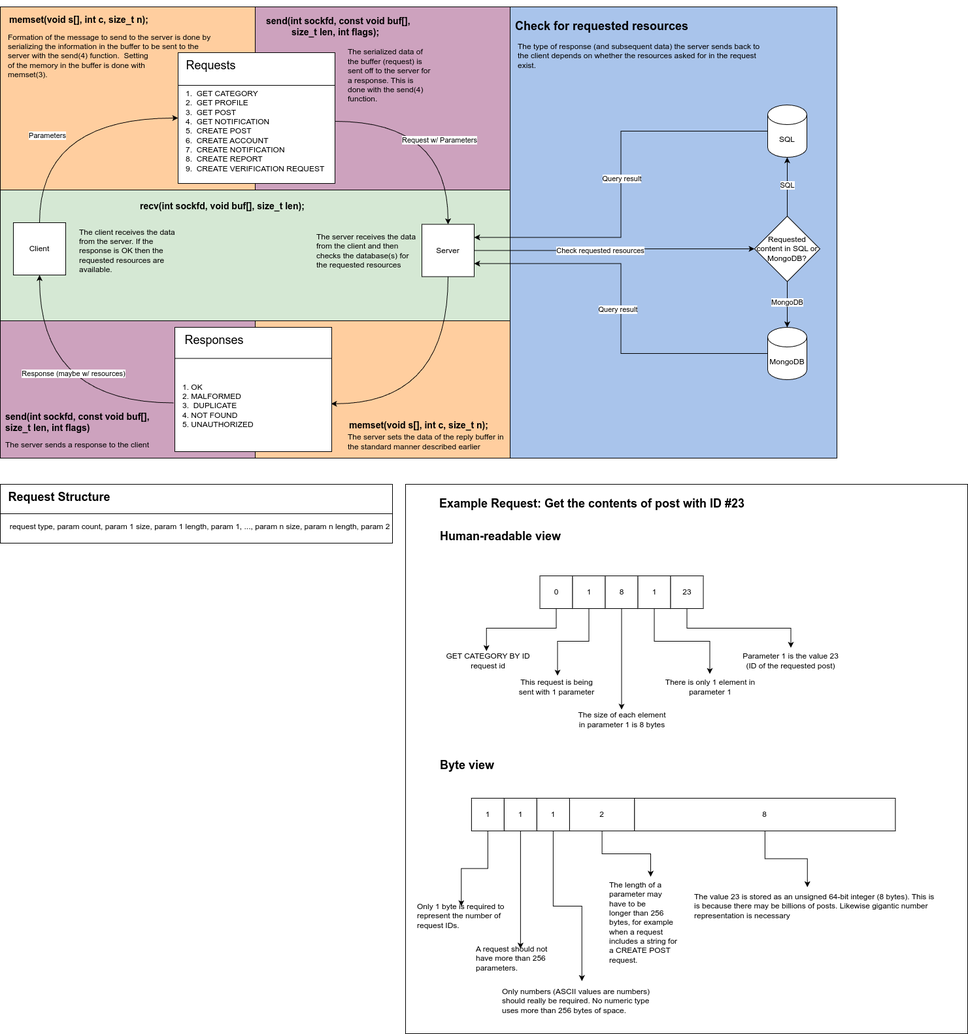
Above: documentation/client-server-communication/client-server-communication.drawio.png in CordusBailey02/CSC-532-Project (draw.io), before the change. Source tidied: cells renumbered, new cells last; positions are measured from the earlier drawing's top-left corner, leaving out a move shared by most shapes.
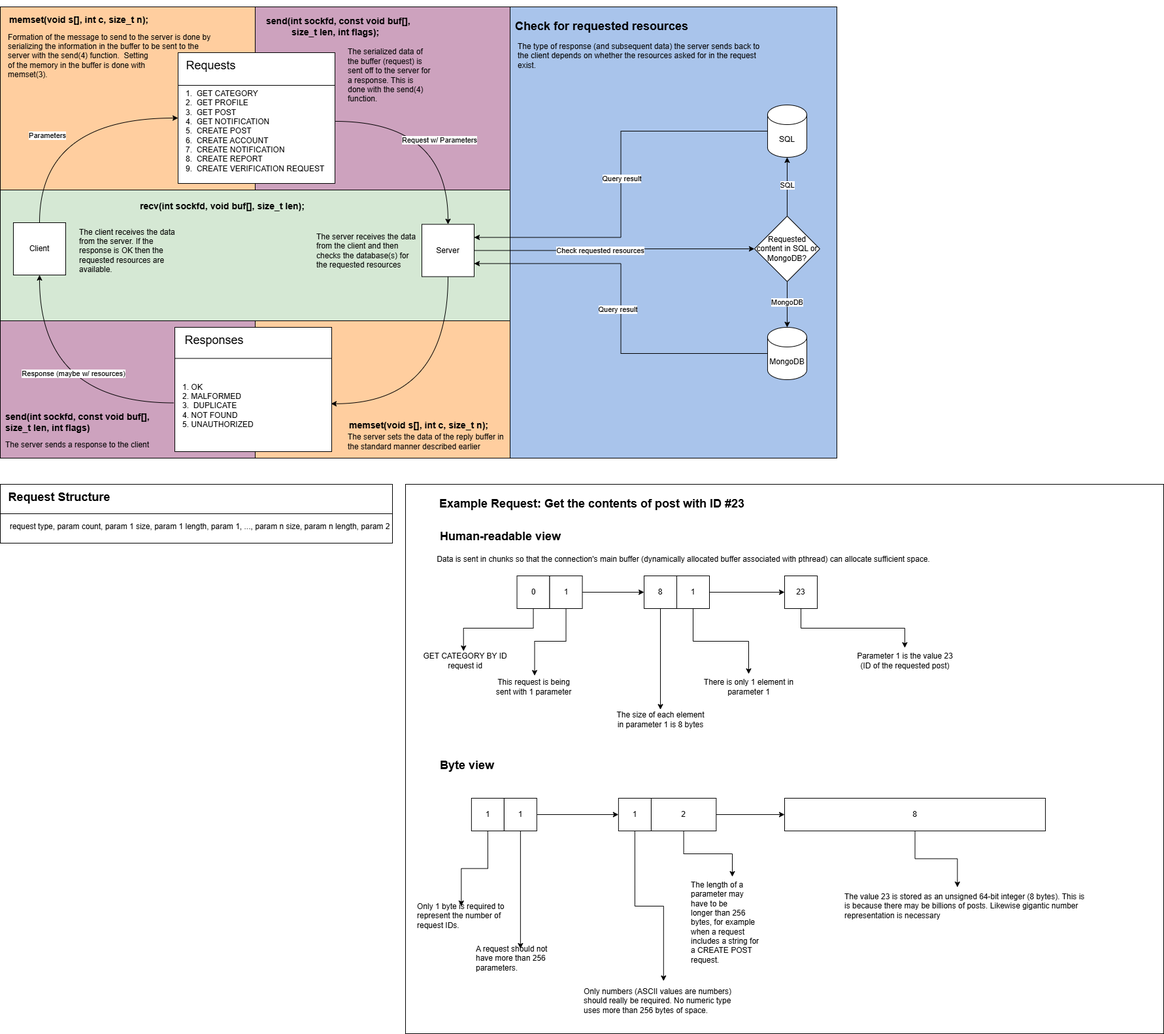
After the change.

Commit message:
Updated client-server communication diagrams

New diagrams reflect the intent to send parameters to the server in chunks.

Diff of the diagram source:
```diff
@@ -131,7 +131,7 @@
       <mxGeometry relative="1" as="geometry" />
     </mxCell>
     <mxCell id="42" style="rounded=0;whiteSpace=wrap;html=1;" parent="1" vertex="1">
-      <mxGeometry x="620" y="740" width="860" height="840" as="geometry" />
+      <mxGeometry x="620" y="740" width="1160" height="840" as="geometry" />
     </mxCell>
     <mxCell id="43" value="&lt;h2&gt;Example Request: Get the contents of post with ID #23&lt;/h2&gt;" style="text;html=1;align=center;verticalAlign=middle;strokeColor=none;fillColor=none;" parent="1" vertex="1">
       <mxGeometry x="660" y="740" width="490" height="60" as="geometry" />
@@ -178,40 +178,46 @@
       </mxGeometry>
     </mxCell>
     <mxCell id="57" value="0" style="whiteSpace=wrap;html=1;" parent="1" vertex="1">
-      <mxGeometry x="825.5" y="880" width="50" height="50" as="geometry" />
+      <mxGeometry x="790.5" y="880" width="50" height="50" as="geometry" />
     </mxCell>
+    <mxCell id="89" style="edgeStyle=orthogonalEdgeStyle;rounded=0;jettySize=auto;html=1;" parent="1" edge="1" source="58" target="59">
+      <mxGeometry relative="1" as="geometry" />
+    </mxCell>
     <mxCell id="58" value="1" style="whiteSpace=wrap;html=1;" parent="1" vertex="1">
-      <mxGeometry x="875.5" y="880" width="50" height="50" as="geometry" />
+      <mxGeometry x="840.5" y="880" width="50" height="50" as="geometry" />
     </mxCell>
     <mxCell id="59" value="8" style="whiteSpace=wrap;html=1;" parent="1" vertex="1">
-      <mxGeometry x="925.5" y="880" width="50" height="50" as="geometry" />
+      <mxGeometry x="985" y="880" width="50" height="50" as="geometry" />
     </mxCell>
     <mxCell id="60" style="edgeStyle=orthogonalEdgeStyle;rounded=0;jettySize=auto;html=1;exitX=0.5;exitY=1;exitDx=0;exitDy=0;" parent="1" edge="1" source="61" target="67">
       <mxGeometry relative="1" as="geometry" />
     </mxCell>
+    <mxCell id="90" style="edgeStyle=orthogonalEdgeStyle;rounded=0;jettySize=auto;html=1;" parent="1" edge="1" source="61" target="63">
+      <mxGeometry relative="1" as="geometry" />
+    </mxCell>
     <mxCell id="61" value="1" style="whiteSpace=wrap;html=1;" parent="1" vertex="1">
-      <mxGeometry x="975.5" y="880" width="50" height="50" as="geometry" />
+      <mxGeometry x="1035" y="880" width="50" height="50" as="geometry" />
     </mxCell>
     <mxCell id="62" style="edgeStyle=orthogonalEdgeStyle;rounded=0;jettySize=auto;html=1;exitX=0.5;exitY=1;exitDx=0;exitDy=0;" parent="1" edge="1" source="63" target="68">
       <mxGeometry relative="1" as="geometry" />
     </mxCell>
     <mxCell id="63" value="23" style="whiteSpace=wrap;html=1;" parent="1" vertex="1">
-      <mxGeometry x="1025.5" y="880" width="50" height="50" as="geometry" />
+      <mxGeometry x="1200" y="880" width="50" height="50" as="geometry" />
     </mxCell>
     <mxCell id="64" value="GET CATEGORY BY ID&lt;div&gt;request id&lt;/div&gt;" style="text;html=1;align=center;verticalAlign=middle;points=[];strokeColor=none;fillColor=none;" parent="1" vertex="1">
-      <mxGeometry x="670.5" y="990" width="150" height="40" as="geometry" />
+      <mxGeometry x="635.5" y="990" width="150" height="40" as="geometry" />
     </mxCell>
     <mxCell id="65" value="This request is being&lt;div&gt;sent with 1 parameter&lt;/div&gt;" style="text;html=1;align=center;verticalAlign=middle;points=[];strokeColor=none;fillColor=none;" parent="1" vertex="1">
-      <mxGeometry x="780.5" y="1030" width="140" height="40" as="geometry" />
+      <mxGeometry x="745.5" y="1030" width="140" height="40" as="geometry" />
     </mxCell>
     <mxCell id="66" value="The size of each element&lt;div&gt;in parameter 1 is 8 bytes&lt;/div&gt;" style="text;html=1;align=center;verticalAlign=middle;points=[];strokeColor=none;fillColor=none;" parent="1" vertex="1">
-      <mxGeometry x="870.5" y="1080" width="160" height="40" as="geometry" />
+      <mxGeometry x="930" y="1080" width="160" height="40" as="geometry" />
     </mxCell>
     <mxCell id="67" value="There is only 1 element in&lt;div&gt;parameter 1&lt;/div&gt;" style="text;html=1;align=center;verticalAlign=middle;points=[];strokeColor=none;fillColor=none;" parent="1" vertex="1">
-      <mxGeometry x="1005.5" y="1030" width="160" height="40" as="geometry" />
+      <mxGeometry x="1065" y="1030" width="160" height="40" as="geometry" />
     </mxCell>
     <mxCell id="68" value="Parameter 1 is the value 23&lt;div&gt;(ID of the requested post)&lt;/div&gt;" style="text;html=1;align=center;verticalAlign=middle;points=[];strokeColor=none;fillColor=none;" parent="1" vertex="1">
-      <mxGeometry x="1124.5" y="990" width="170" height="40" as="geometry" />
+      <mxGeometry x="1298.9" y="990" width="170" height="40" as="geometry" />
     </mxCell>
     <mxCell id="69" style="edgeStyle=orthogonalEdgeStyle;rounded=0;jettySize=auto;html=1;exitX=0.5;exitY=1;exitDx=0;exitDy=0;entryX=0.488;entryY=0.125;entryDx=0;entryDy=0;entryPerimeter=0;" parent="1" edge="1" source="57" target="64">
       <mxGeometry relative="1" as="geometry" />
@@ -237,17 +243,23 @@
     <mxCell id="76" style="edgeStyle=orthogonalEdgeStyle;rounded=0;jettySize=auto;html=1;exitX=0.5;exitY=1;exitDx=0;exitDy=0;entryX=0.5;entryY=0;entryDx=0;entryDy=0;" parent="1" edge="1" source="77" target="82">
       <mxGeometry relative="1" as="geometry" />
     </mxCell>
+    <mxCell id="91" style="edgeStyle=orthogonalEdgeStyle;rounded=0;jettySize=auto;html=1;exitX=1;exitY=0.5;exitDx=0;exitDy=0;entryX=0;entryY=0.5;entryDx=0;entryDy=0;" parent="1" edge="1" source="77" target="84">
+      <mxGeometry relative="1" as="geometry" />
+    </mxCell>
     <mxCell id="77" value="1" style="whiteSpace=wrap;html=1;" parent="1" vertex="1">
       <mxGeometry x="770.9" y="1220" width="50" height="50" as="geometry" />
     </mxCell>
     <mxCell id="78" style="edgeStyle=orthogonalEdgeStyle;rounded=0;jettySize=auto;html=1;exitX=0.5;exitY=1;exitDx=0;exitDy=0;" parent="1" edge="1" source="79" target="86">
       <mxGeometry relative="1" as="geometry" />
     </mxCell>
+    <mxCell id="92" style="edgeStyle=orthogonalEdgeStyle;rounded=0;jettySize=auto;html=1;exitX=1;exitY=0.5;exitDx=0;exitDy=0;entryX=0;entryY=0.5;entryDx=0;entryDy=0;" parent="1" edge="1" source="79" target="80">
+      <mxGeometry relative="1" as="geometry" />
+    </mxCell>
     <mxCell id="79" value="2" style="rounded=0;whiteSpace=wrap;html=1;" parent="1" vertex="1">
-      <mxGeometry x="870.9" y="1220" width="99.5" height="50" as="geometry" />
+      <mxGeometry x="995.9" y="1220" width="99.5" height="50" as="geometry" />
     </mxCell>
     <mxCell id="80" value="8" style="rounded=0;whiteSpace=wrap;html=1;" parent="1" vertex="1">
-      <mxGeometry x="970.3" y="1220" width="399.1" height="50" as="geometry" />
+      <mxGeometry x="1200" y="1220" width="399.1" height="50" as="geometry" />
     </mxCell>
     <mxCell id="81" value="Only 1 byte is required to represent the number of request IDs.&amp;nbsp;" style="text;html=1;align=left;verticalAlign=middle;whiteSpace=wrap;rounded=0;" parent="1" vertex="1">
       <mxGeometry x="635.5" y="1385" width="139.5" height="30" as="geometry" />
@@ -256,22 +268,25 @@
       <mxGeometry x="726.1" y="1450" width="139.5" height="30" as="geometry" />
     </mxCell>
     <mxCell id="83" value="Only numbers (ASCII values are numbers)&amp;nbsp;&lt;div&gt;should really be required. No numeric type&amp;nbsp;&lt;/div&gt;&lt;div&gt;uses more than 256 bytes of space.&lt;/div&gt;" style="text;html=1;align=left;verticalAlign=middle;points=[];strokeColor=none;fillColor=none;" parent="1" vertex="1">
-      <mxGeometry x="765.5" y="1500" width="250" height="60" as="geometry" />
+      <mxGeometry x="890.5" y="1500" width="250" height="60" as="geometry" />
     </mxCell>
     <mxCell id="84" value="1" style="whiteSpace=wrap;html=1;" parent="1" vertex="1">
-      <mxGeometry x="820.9" y="1220" width="50" height="50" as="geometry" />
+      <mxGeometry x="945.9" y="1220" width="50" height="50" as="geometry" />
     </mxCell>
     <mxCell id="85" style="edgeStyle=orthogonalEdgeStyle;rounded=0;jettySize=auto;html=1;exitX=0.5;exitY=1;exitDx=0;exitDy=0;entryX=0.497;entryY=-0.008;entryDx=0;entryDy=0;entryPerimeter=0;" parent="1" edge="1" source="84" target="83">
       <mxGeometry relative="1" as="geometry" />
     </mxCell>
     <mxCell id="86" value="The length of a&amp;nbsp;&lt;div&gt;parameter may&amp;nbsp;&lt;div&gt;have to be&amp;nbsp;&lt;/div&gt;&lt;div&gt;longer than 256&amp;nbsp;&lt;/div&gt;&lt;div&gt;bytes, for&amp;nbsp;&lt;span style=&quot;background-color: initial;&quot;&gt;example&amp;nbsp;&lt;/span&gt;&lt;/div&gt;&lt;div&gt;&lt;span style=&quot;background-color: initial;&quot;&gt;when a request&lt;/span&gt;&lt;/div&gt;&lt;div&gt;&lt;span style=&quot;background-color: initial;&quot;&gt;includes&amp;nbsp;&lt;/span&gt;&lt;span style=&quot;background-color: initial;&quot;&gt;a string for&lt;/span&gt;&lt;/div&gt;&lt;div&gt;&lt;span style=&quot;background-color: initial;&quot;&gt;a CREATE POST&amp;nbsp;&lt;/span&gt;&lt;/div&gt;&lt;div&gt;&lt;span style=&quot;background-color: initial;&quot;&gt;request.&lt;/span&gt;&lt;/div&gt;&lt;/div&gt;" style="text;html=1;align=left;verticalAlign=middle;points=[];strokeColor=none;fillColor=none;" parent="1" vertex="1">
-      <mxGeometry x="930" y="1340" width="130" height="140" as="geometry" />
+      <mxGeometry x="1055" y="1340" width="130" height="140" as="geometry" />
     </mxCell>
     <mxCell id="87" value="The value 23 is stored as an unsigned 64-bit integer (8 bytes). This is&lt;div&gt;is because there may be billions of posts. Likewise gigantic number&lt;/div&gt;&lt;div&gt;representation is necessary&lt;/div&gt;" style="text;html=1;align=left;verticalAlign=middle;points=[];strokeColor=none;fillColor=none;" parent="1" vertex="1">
-      <mxGeometry x="1060" y="1355" width="390" height="60" as="geometry" />
+      <mxGeometry x="1289.7" y="1355" width="390" height="60" as="geometry" />
     </mxCell>
     <mxCell id="88" style="edgeStyle=orthogonalEdgeStyle;rounded=0;jettySize=auto;html=1;exitX=0.5;exitY=1;exitDx=0;exitDy=0;entryX=0.448;entryY=0.017;entryDx=0;entryDy=0;entryPerimeter=0;" parent="1" edge="1" source="80" target="87">
       <mxGeometry relative="1" as="geometry" />
     </mxCell>
+    <mxCell id="93" value="Data is sent in chunks so that the connection's main buffer (dynamically allocated buffer associated with pthread) can allocate sufficient space." style="text;html=1;align=center;verticalAlign=middle;strokeColor=none;fillColor=none;" parent="1" vertex="1">
+      <mxGeometry x="655" y="840" width="780" height="30" as="geometry" />
+    </mxCell>
   </root>
 </mxGraphModel>
```
